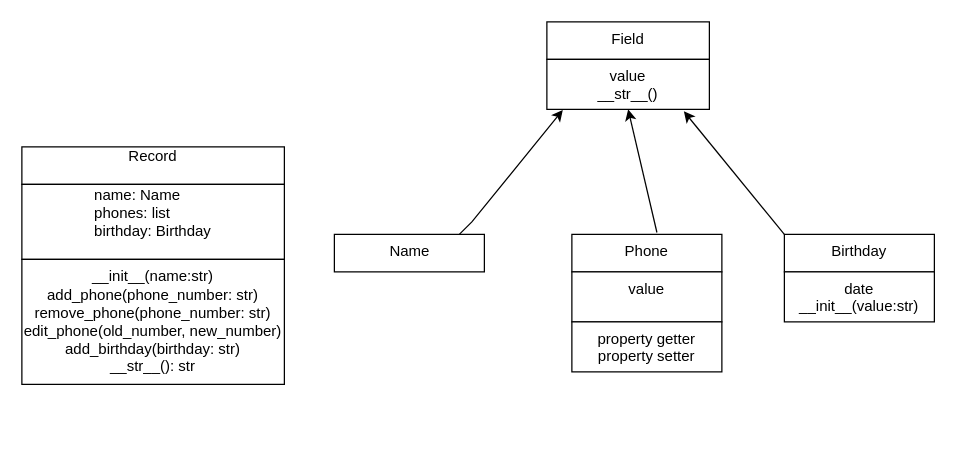
Above: Диаграмма без названия.drawio in andriisemeniuta/goit-pyweb2.0-01 (draw.io), before the change. Source tidied: cells renumbered, new cells numbered last; positions are measured from the earlier drawing's top-left corner, leaving out a move shared by most shapes. Both pictures are drawn from the tidied source at 125%, with x=0, y=0 at pixel (21, 21).
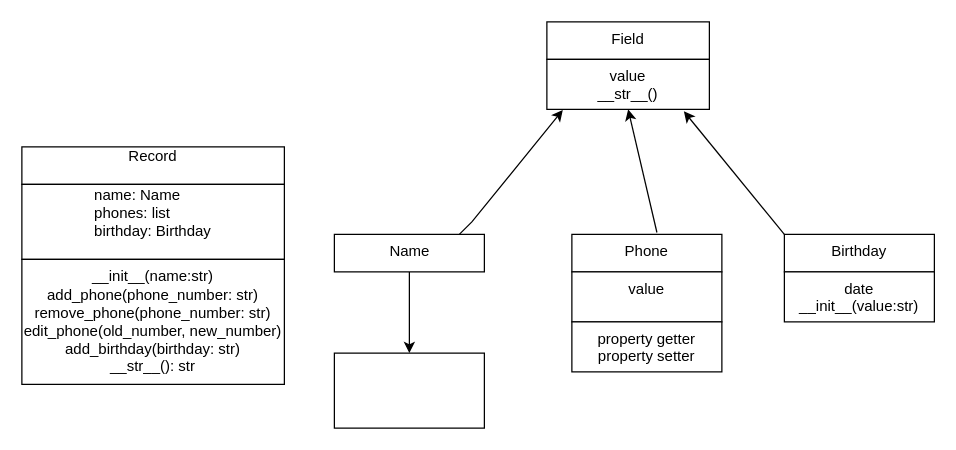
The same diagram, later.

The change refers to these unchanged cells:
```xml
<mxCell id="3" value="&lt;span style=&quot;caret-color: rgb(91, 182, 163);&quot;&gt;Name&lt;/span&gt;&lt;div&gt;&lt;span style=&quot;caret-color: rgb(91, 182, 163);&quot;&gt;&lt;br&gt;&lt;/span&gt;&lt;/div&gt;" style="html=1;verticalAlign=top;rounded=0;fontStyle=0;align=center;fontColor=default;labelBackgroundColor=none;" parent="1" vertex="1">
  <mxGeometry x="250" y="170" width="120" height="30" as="geometry" />
</mxCell>
```

The edit, as a diff of the source:
```diff
@@
+    <mxCell id="18" style="edgeStyle=orthogonalEdgeStyle;rounded=0;jettySize=auto;html=1;" parent="1" edge="1" source="3" target="19">
+      <mxGeometry relative="1" as="geometry" />
+    </mxCell>
@@
+    <mxCell id="19" style="whiteSpace=wrap;html=1;verticalAlign=top;rounded=0;fontStyle=0;labelBackgroundColor=none;" parent="1" vertex="1">
+      <mxGeometry x="250" y="265" width="120" height="60" as="geometry" />
+    </mxCell>
```
